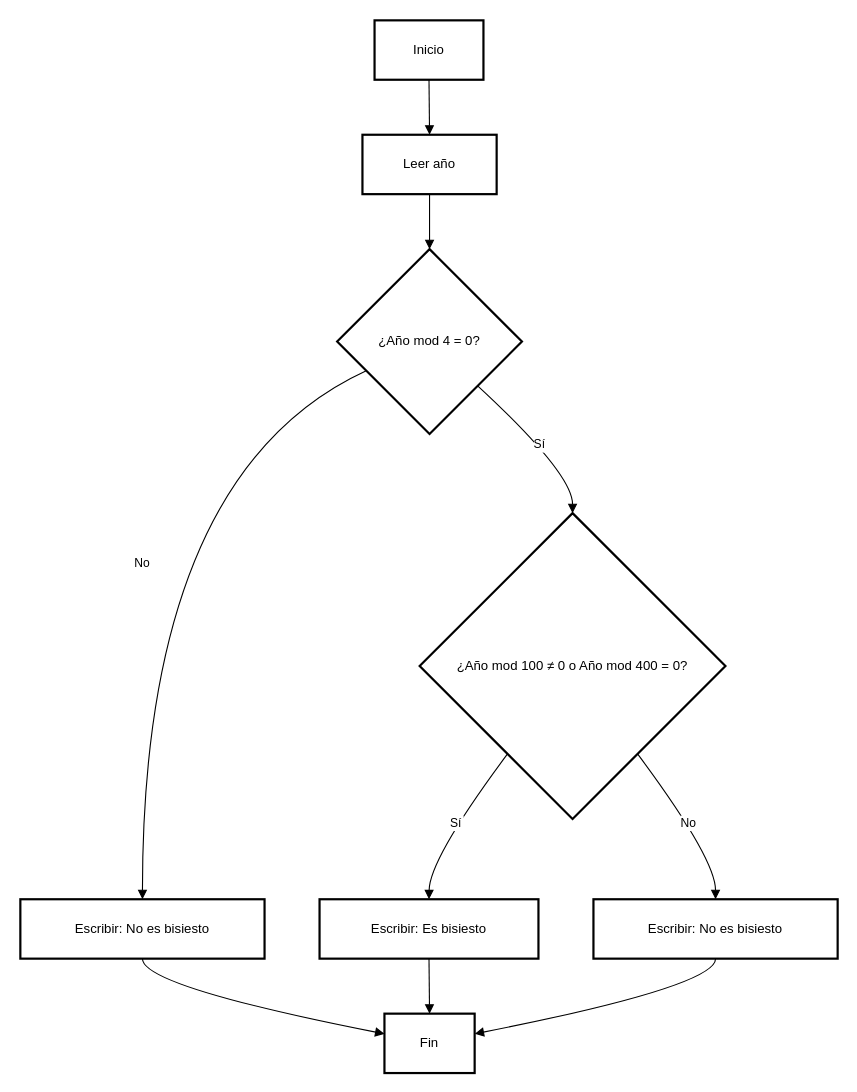
Before: Untitled Diagram.drawio in DiegoSalcedoT/Algorithms, a draw.io diagram. Source tidied: cells renumbered, new cells numbered last; positions are measured from the earlier drawing's top-left corner, leaving out a move shared by most shapes. Both pictures are drawn from the tidied source at 110%, with x=0, y=0 at pixel (20, 20).
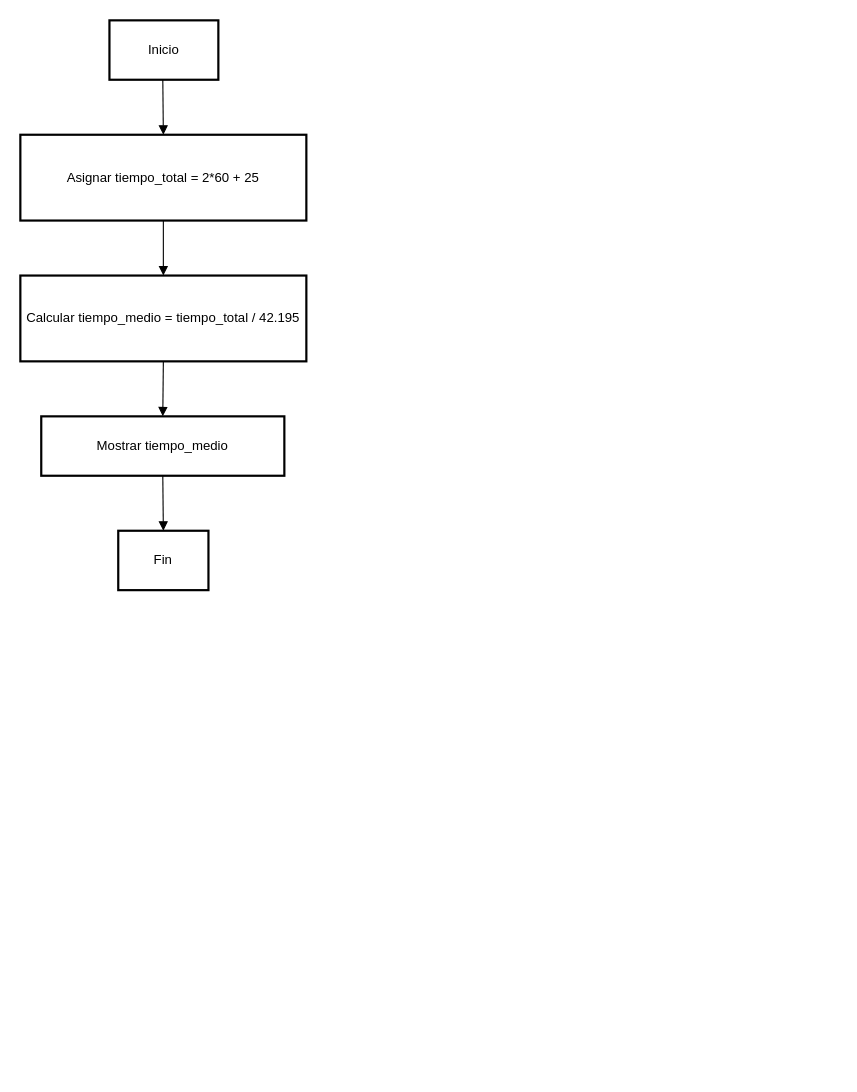
The same diagram, later.

Change to the diagram source:
```diff
@@
     <mxCell id="2" value="Inicio" style="whiteSpace=wrap;strokeWidth=2;" parent="1" vertex="1">
-      <mxGeometry x="322" width="99" height="54" as="geometry" />
+      <mxGeometry x="81" width="99" height="54" as="geometry" />
     </mxCell>
-    <mxCell id="3" value="Leer año" style="whiteSpace=wrap;strokeWidth=2;" parent="1" vertex="1">
-      <mxGeometry x="311" y="104" width="122" height="54" as="geometry" />
+    <mxCell id="3" value="Asignar tiempo_total = 2*60 + 25" style="whiteSpace=wrap;strokeWidth=2;" parent="1" vertex="1">
+      <mxGeometry y="104" width="260" height="78" as="geometry" />
     </mxCell>
-    <mxCell id="4" value="¿Año mod 4 = 0?" style="rhombus;strokeWidth=2;whiteSpace=wrap;" parent="1" vertex="1">
-      <mxGeometry x="288" y="208" width="168" height="168" as="geometry" />
+    <mxCell id="4" value="Calcular tiempo_medio = tiempo_total / 42.195" style="whiteSpace=wrap;strokeWidth=2;" parent="1" vertex="1">
+      <mxGeometry y="232" width="260" height="78" as="geometry" />
     </mxCell>
-    <mxCell id="5" value="Escribir: No es bisiesto" style="whiteSpace=wrap;strokeWidth=2;" parent="1" vertex="1">
-      <mxGeometry y="799" width="222" height="54" as="geometry" />
+    <mxCell id="5" value="Mostrar tiempo_medio" style="whiteSpace=wrap;strokeWidth=2;" parent="1" vertex="1">
+      <mxGeometry x="19" y="360" width="221" height="54" as="geometry" />
     </mxCell>
     <mxCell id="6" value="Fin" style="whiteSpace=wrap;strokeWidth=2;" parent="1" vertex="1">
-      <mxGeometry x="331" y="903" width="82" height="54" as="geometry" />
+      <mxGeometry x="89" y="464" width="82" height="54" as="geometry" />
     </mxCell>
-    <mxCell id="7" value="¿Año mod 100 ≠ 0 o Año mod 400 = 0?" style="rhombus;strokeWidth=2;whiteSpace=wrap;" parent="1" vertex="1">
-      <mxGeometry x="363" y="448" width="278" height="278" as="geometry" />
+    <mxCell id="7" style="curved=1;startArrow=none;endArrow=block;exitX=0.49;exitY=1;entryX=0.5;entryY=0;" parent="1" edge="1" source="2" target="3">
+      <mxGeometry relative="1" as="geometry" />
     </mxCell>
-    <mxCell id="8" value="Escribir: Es bisiesto" style="whiteSpace=wrap;strokeWidth=2;" parent="1" vertex="1">
-      <mxGeometry x="272" y="799" width="199" height="54" as="geometry" />
+    <mxCell id="8" style="curved=1;startArrow=none;endArrow=block;exitX=0.5;exitY=1;entryX=0.5;entryY=0;" parent="1" edge="1" source="3" target="4">
+      <mxGeometry relative="1" as="geometry" />
     </mxCell>
-    <mxCell id="9" value="Escribir: No es bisiesto" style="whiteSpace=wrap;strokeWidth=2;" parent="1" vertex="1">
-      <mxGeometry x="521" y="799" width="222" height="54" as="geometry" />
+    <mxCell id="9" style="curved=1;startArrow=none;endArrow=block;exitX=0.5;exitY=1;entryX=0.5;entryY=0;" parent="1" edge="1" source="4" target="5">
+      <mxGeometry relative="1" as="geometry" />
     </mxCell>
-    <mxCell id="10" style="curved=1;startArrow=none;endArrow=block;exitX=0.5;exitY=1;entryX=0.5;entryY=0;" parent="1" edge="1" source="2" target="3">
+    <mxCell id="10" style="curved=1;startArrow=none;endArrow=block;exitX=0.5;exitY=1;entryX=0.5;entryY=0;" parent="1" edge="1" source="5" target="6">
       <mxGeometry relative="1" as="geometry" />
     </mxCell>
-    <mxCell id="11" style="curved=1;startArrow=none;endArrow=block;exitX=0.5;exitY=1;entryX=0.5;entryY=0;" parent="1" edge="1" source="3" target="4">
-      <mxGeometry relative="1" as="geometry" />
-    </mxCell>
-    <mxCell id="12" value="No" style="curved=1;startArrow=none;endArrow=block;exitX=0;exitY=0.73;entryX=0.5;entryY=-0.01;" parent="1" edge="1" source="4" target="5">
-      <mxGeometry relative="1" as="geometry">
-        <Array as="points">
-          <mxPoint x="111" y="412" />
-        </Array>
-      </mxGeometry>
-    </mxCell>
-    <mxCell id="13" style="curved=1;startArrow=none;endArrow=block;exitX=0.5;exitY=0.99;entryX=0;entryY=0.34;" parent="1" edge="1" source="5" target="6">
-      <mxGeometry relative="1" as="geometry">
-        <Array as="points">
-          <mxPoint x="111" y="878" />
-        </Array>
-      </mxGeometry>
-    </mxCell>
-    <mxCell id="14" value="Sí" style="curved=1;startArrow=none;endArrow=block;exitX=1;exitY=0.96;entryX=0.5;entryY=0;" parent="1" edge="1" source="4" target="7">
-      <mxGeometry relative="1" as="geometry">
-        <Array as="points">
-          <mxPoint x="502" y="412" />
-        </Array>
-      </mxGeometry>
-    </mxCell>
-    <mxCell id="15" value="Sí" style="curved=1;startArrow=none;endArrow=block;exitX=0.13;exitY=1;entryX=0.5;entryY=-0.01;" parent="1" edge="1" source="7" target="8">
-      <mxGeometry relative="1" as="geometry">
-        <Array as="points">
-          <mxPoint x="372" y="762" />
-        </Array>
-      </mxGeometry>
-    </mxCell>
-    <mxCell id="16" style="curved=1;startArrow=none;endArrow=block;exitX=0.5;exitY=0.99;entryX=0.5;entryY=-0.01;" parent="1" edge="1" source="8" target="6">
-      <mxGeometry relative="1" as="geometry" />
-    </mxCell>
-    <mxCell id="17" value="No" style="curved=1;startArrow=none;endArrow=block;exitX=0.87;exitY=1;entryX=0.5;entryY=-0.01;" parent="1" edge="1" source="7" target="9">
-      <mxGeometry relative="1" as="geometry">
-        <Array as="points">
-          <mxPoint x="632" y="762" />
-        </Array>
-      </mxGeometry>
-    </mxCell>
-    <mxCell id="18" style="curved=1;startArrow=none;endArrow=block;exitX=0.5;exitY=0.99;entryX=1;entryY=0.34;" parent="1" edge="1" source="9" target="6">
-      <mxGeometry relative="1" as="geometry">
-        <Array as="points">
-          <mxPoint x="632" y="878" />
-        </Array>
-      </mxGeometry>
-    </mxCell>
```
